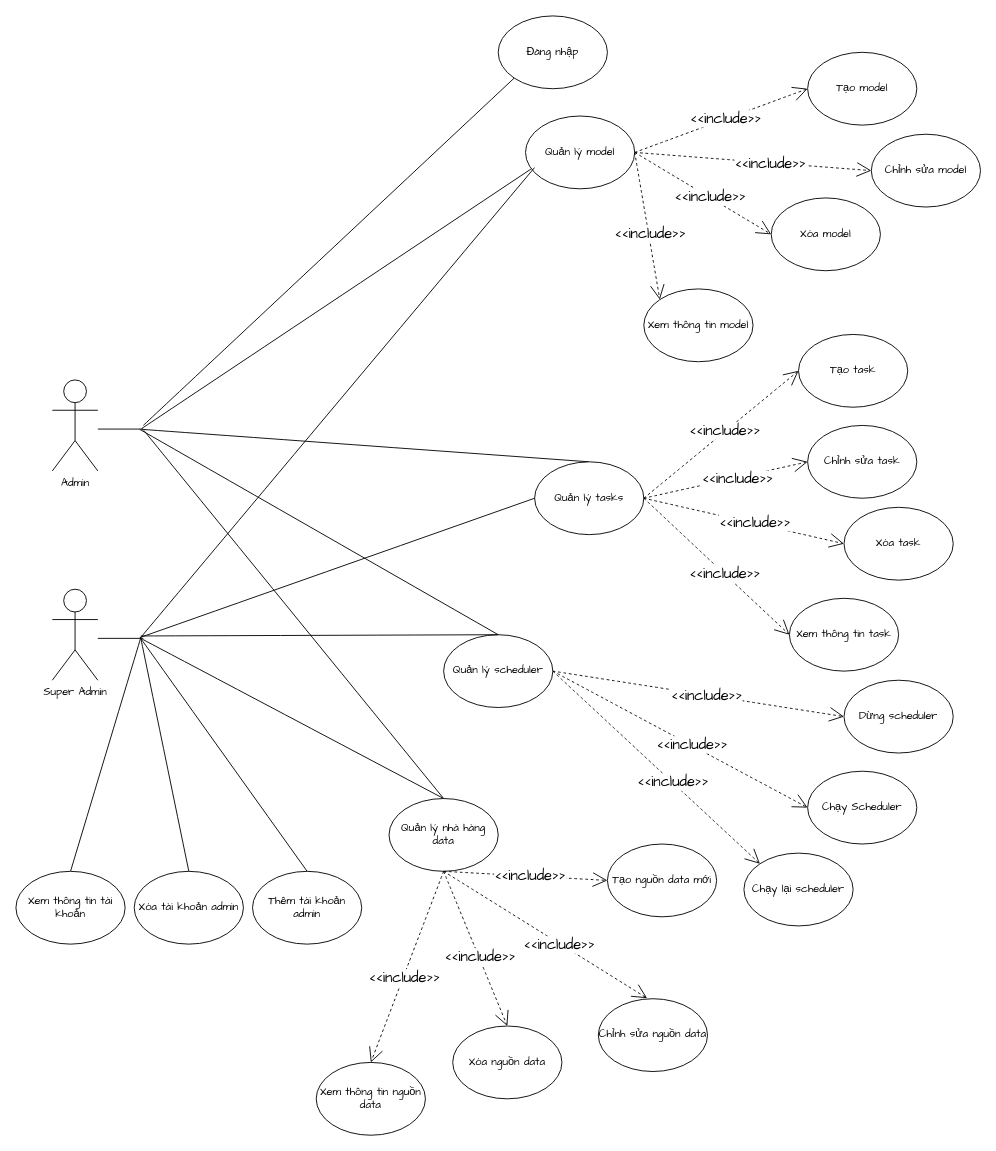
This is diagrams/use case/Admin.drawio from VennDev/VRecommendSystem, a draw.io file, before an edit. Source tidied: cells renumbered, new cells numbered last; positions are measured from the earlier drawing's top-left corner, leaving out a move shared by most shapes. Both pictures are drawn from the tidied source at 91%, with x=0, y=0 at pixel (15, 15).
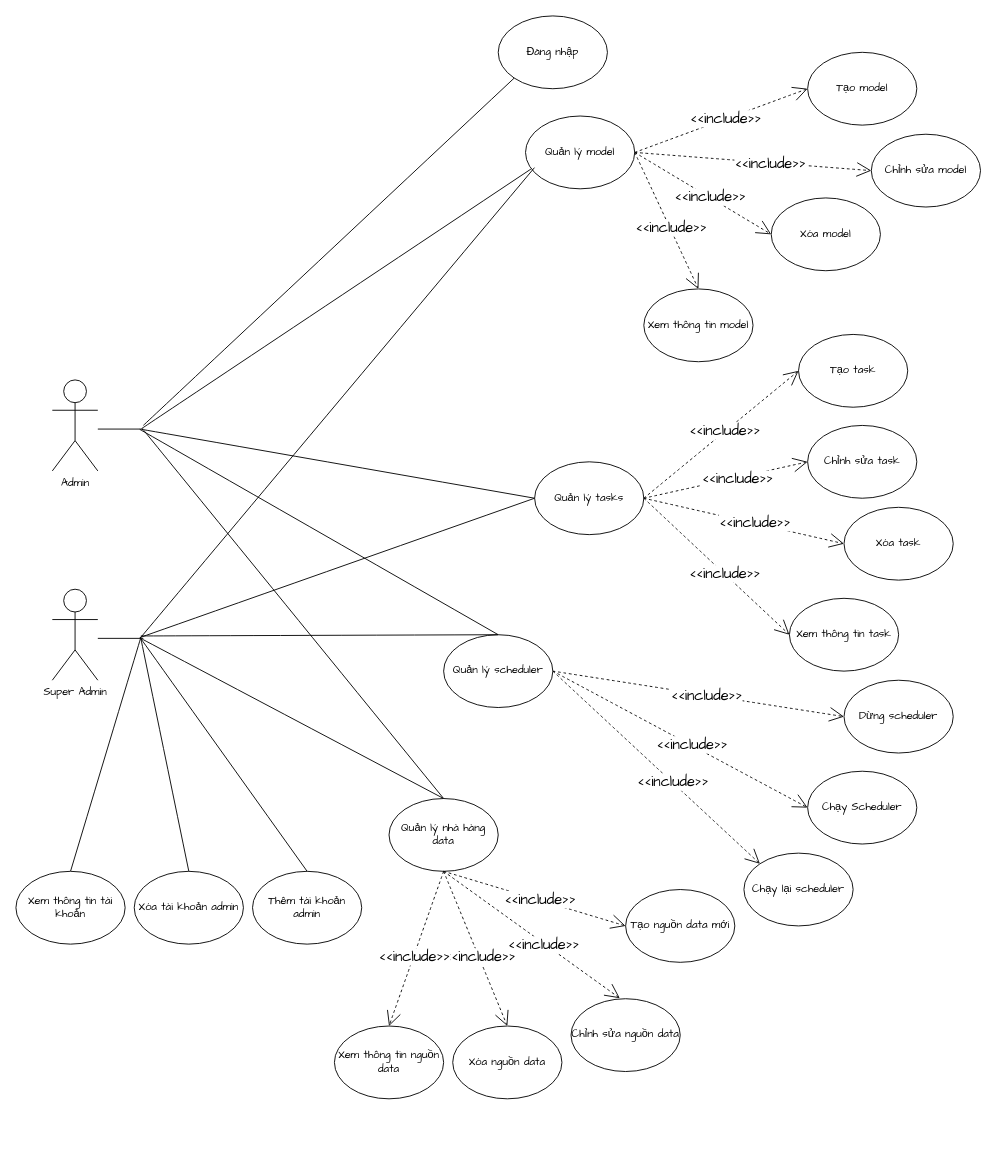
Above is the later version.

Unchanged cells that the change refers to:
```xml
<mxCell id="16" value="Quản lý model" style="ellipse;whiteSpace=wrap;html=1;fontFamily=Architects Daughter;" parent="1" vertex="1">
  <mxGeometry x="560" y="110" width="120" height="80" as="geometry" />
</mxCell>
<mxCell id="17" value="Xem thông tin model" style="ellipse;whiteSpace=wrap;html=1;fontFamily=Architects Daughter;" parent="1" vertex="1">
  <mxGeometry x="690" y="300" width="120" height="80" as="geometry" />
</mxCell>
<mxCell id="20" value="Quản lý tasks" style="ellipse;whiteSpace=wrap;html=1;fontFamily=Architects Daughter;" parent="1" vertex="1">
  <mxGeometry x="570" y="490" width="120" height="80" as="geometry" />
</mxCell>
<mxCell id="67" style="line;strokeWidth=1;fillColor=none;align=left;verticalAlign=middle;spacingTop=-1;spacingLeft=3;spacingRight=3;labelPosition=right;points=[];portConstraint=eastwest;strokeColor=inherit;fontFamily=Architects Daughter;" parent="1" vertex="1">
  <mxGeometry x="90" y="450" width="50" height="8" as="geometry" />
</mxCell>
```

What changed in the source:
```diff
@@
-    <mxCell id="3" style="edgeStyle=none;curved=1;rounded=0;jettySize=auto;html=1;exitX=0.963;exitY=0.539;exitDx=0;exitDy=0;exitPerimeter=0;entryX=0.5;entryY=0;entryDx=0;entryDy=0;fontFamily=Architects Daughter;fontSize=16;startSize=14;endArrow=none;endSize=14;sourcePerimeterSpacing=8;targetPerimeterSpacing=8;endFill=0;" parent="1" edge="1" source="67" target="20">
+    <mxCell id="3" style="edgeStyle=none;curved=1;rounded=0;jettySize=auto;html=1;exitX=0.963;exitY=0.539;exitDx=0;exitDy=0;exitPerimeter=0;entryX=0;entryY=0.5;entryDx=0;entryDy=0;fontFamily=Architects Daughter;fontSize=16;startSize=14;endArrow=none;endSize=14;sourcePerimeterSpacing=8;targetPerimeterSpacing=8;endFill=0;" parent="1" edge="1" source="67" target="20">
       <mxGeometry relative="1" as="geometry" />
     </mxCell>
@@
-    <mxCell id="18" style="edgeStyle=none;curved=1;rounded=0;jettySize=auto;html=1;exitX=1;exitY=0.5;exitDx=0;exitDy=0;entryX=0;entryY=0;entryDx=0;entryDy=0;fontFamily=Architects Daughter;fontSize=16;startSize=14;endArrow=open;endSize=14;sourcePerimeterSpacing=8;targetPerimeterSpacing=8;dashed=1;" parent="1" edge="1" source="16" target="17">
+    <mxCell id="18" style="edgeStyle=none;curved=1;rounded=0;jettySize=auto;html=1;exitX=1;exitY=0.5;exitDx=0;exitDy=0;entryX=0.5;entryY=0;entryDx=0;entryDy=0;fontFamily=Architects Daughter;fontSize=16;startSize=14;endArrow=open;endSize=14;sourcePerimeterSpacing=8;targetPerimeterSpacing=8;dashed=1;" parent="1" edge="1" source="16" target="17">
       <mxGeometry relative="1" as="geometry" />
     </mxCell>
@@
     <mxCell id="44" value="Tạo nguồn data mới" style="ellipse;whiteSpace=wrap;html=1;fontFamily=Architects Daughter;" parent="1" vertex="1">
-      <mxGeometry x="650" y="910" width="120" height="80" as="geometry" />
+      <mxGeometry x="670" y="960" width="120" height="80" as="geometry" />
     </mxCell>
     <mxCell id="45" value="Chỉnh sửa nguồn data" style="ellipse;whiteSpace=wrap;html=1;fontFamily=Architects Daughter;" parent="1" vertex="1">
-      <mxGeometry x="640" y="1080" width="120" height="80" as="geometry" />
+      <mxGeometry x="610" y="1080" width="120" height="80" as="geometry" />
     </mxCell>
@@
     <mxCell id="53" value="Xem thông tin nguồn&lt;div&gt;data&lt;/div&gt;" style="ellipse;whiteSpace=wrap;html=1;fontFamily=Architects Daughter;" parent="1" vertex="1">
-      <mxGeometry x="330" y="1150" width="120" height="80" as="geometry" />
+      <mxGeometry x="350" y="1110" width="120" height="80" as="geometry" />
     </mxCell>
```
